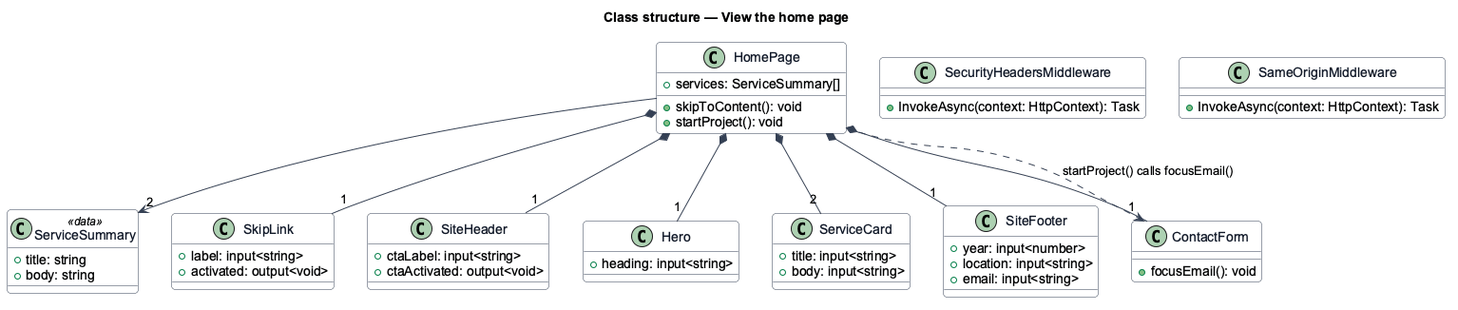
Before: docs/detailed-designs/site/view-home-page/diagrams/class-structure.png, a diagram exported from PlantUML (QuinntyneBrown/goodwork). Source of this version:
```plantuml
@startuml
skinparam backgroundColor #FFFFFF
skinparam shadowing false
skinparam roundcorner 8
skinparam defaultFontName Arial
skinparam ArrowColor #344054
skinparam class {
  BorderColor #344054
  FontColor #101828
  BackgroundColor #F9FAFB
}
title Class structure — View the home page

class HomePage {
  +services: ServiceSummary[]
  +skipToContent(): void
  +startProject(): void
}
class ServiceSummary <<data>> {
  +title: string
  +body: string
}
class SkipLink {
  +label: input<string>
  +activated: output<void>
}
class SiteHeader {
  +ctaLabel: input<string>
  +ctaActivated: output<void>
}
class Hero {
  +heading: input<string>
}
class ServiceCard {
  +title: input<string>
  +body: input<string>
}
class SiteFooter {
  +year: input<number>
  +location: input<string>
  +email: input<string>
}
class ContactForm {
  +focusEmail(): void
}
class SecurityHeadersMiddleware {
  +InvokeAsync(context: HttpContext): Task
}
class SameOriginMiddleware {
  +InvokeAsync(context: HttpContext): Task
}
HomePage *-- "1" SkipLink
HomePage *-- "1" SiteHeader
HomePage *-- "1" Hero
HomePage *-- "2" ServiceCard
HomePage *-- "1" ContactForm
HomePage *-- "1" SiteFooter
HomePage --> "2" ServiceSummary
HomePage ..> ContactForm : startProject() calls focusEmail()
@enduml
```
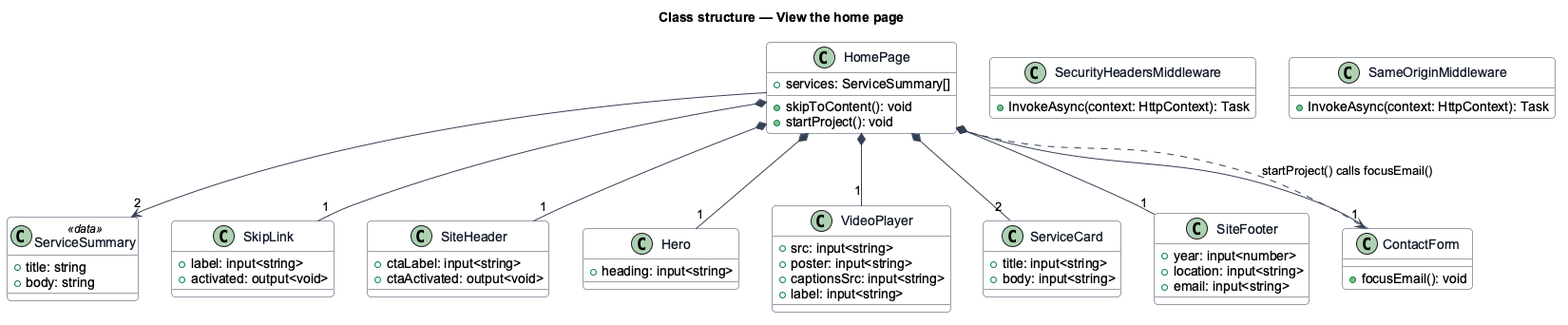
Above is the later version.

Change to the diagram source:
```diff
@@ -31,6 +31,12 @@
 class Hero {
   +heading: input<string>
 }
+class VideoPlayer {
+  +src: input<string>
+  +poster: input<string>
+  +captionsSrc: input<string>
+  +label: input<string>
+}
 class ServiceCard {
   +title: input<string>
   +body: input<string>
@@ -52,6 +58,7 @@
 HomePage *-- "1" SkipLink
 HomePage *-- "1" SiteHeader
 HomePage *-- "1" Hero
+HomePage *-- "1" VideoPlayer
 HomePage *-- "2" ServiceCard
 HomePage *-- "1" ContactForm
 HomePage *-- "1" SiteFooter
```
